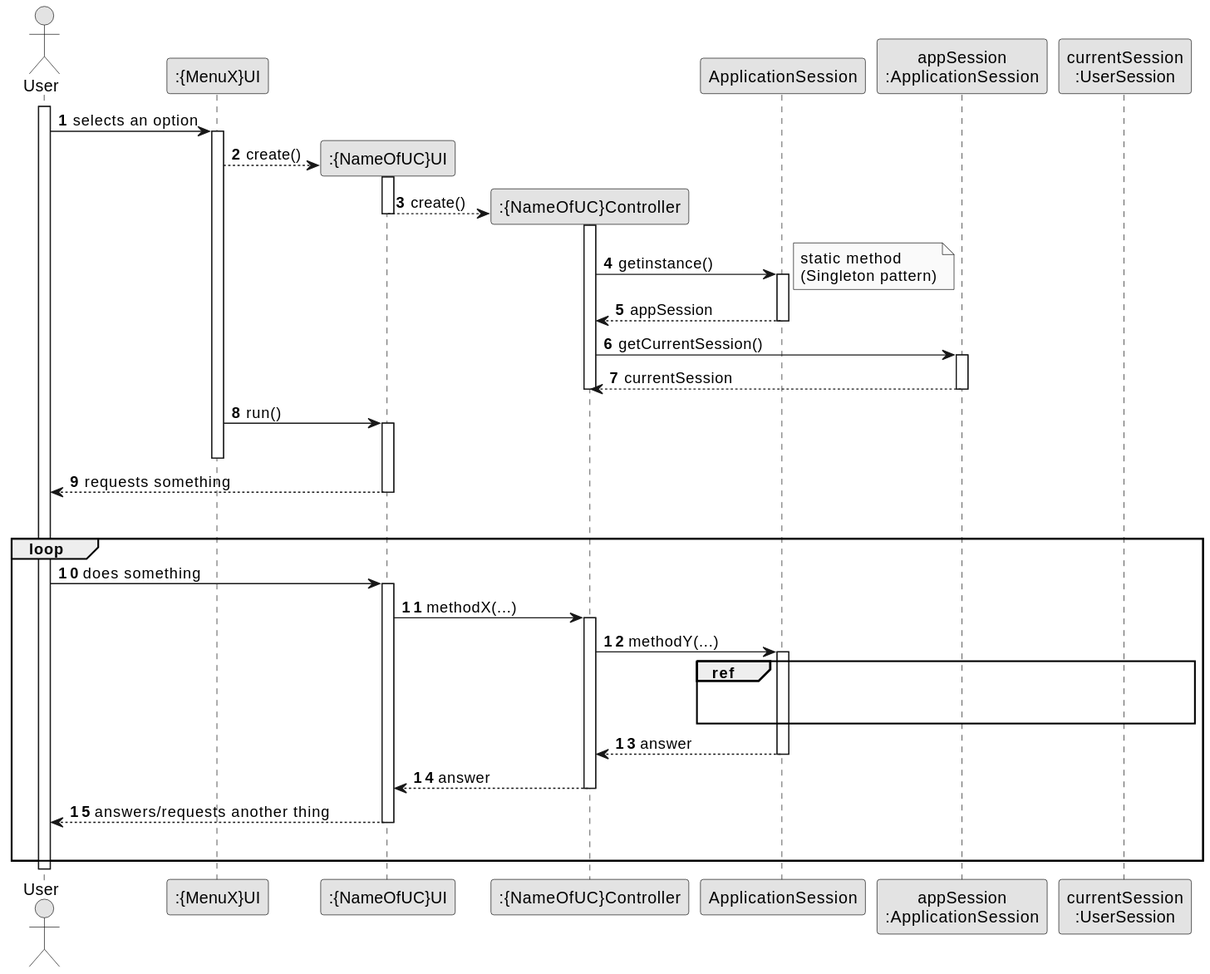
Earlier version of the PlantUML export docs/system-documentation/global-artifacts/03.design/svg/usxx-sequence-diagram-ui-controller-overview.svg (Departamento-de-Engenharia-Informatica/sem2-pi-25-26-g096-repo).
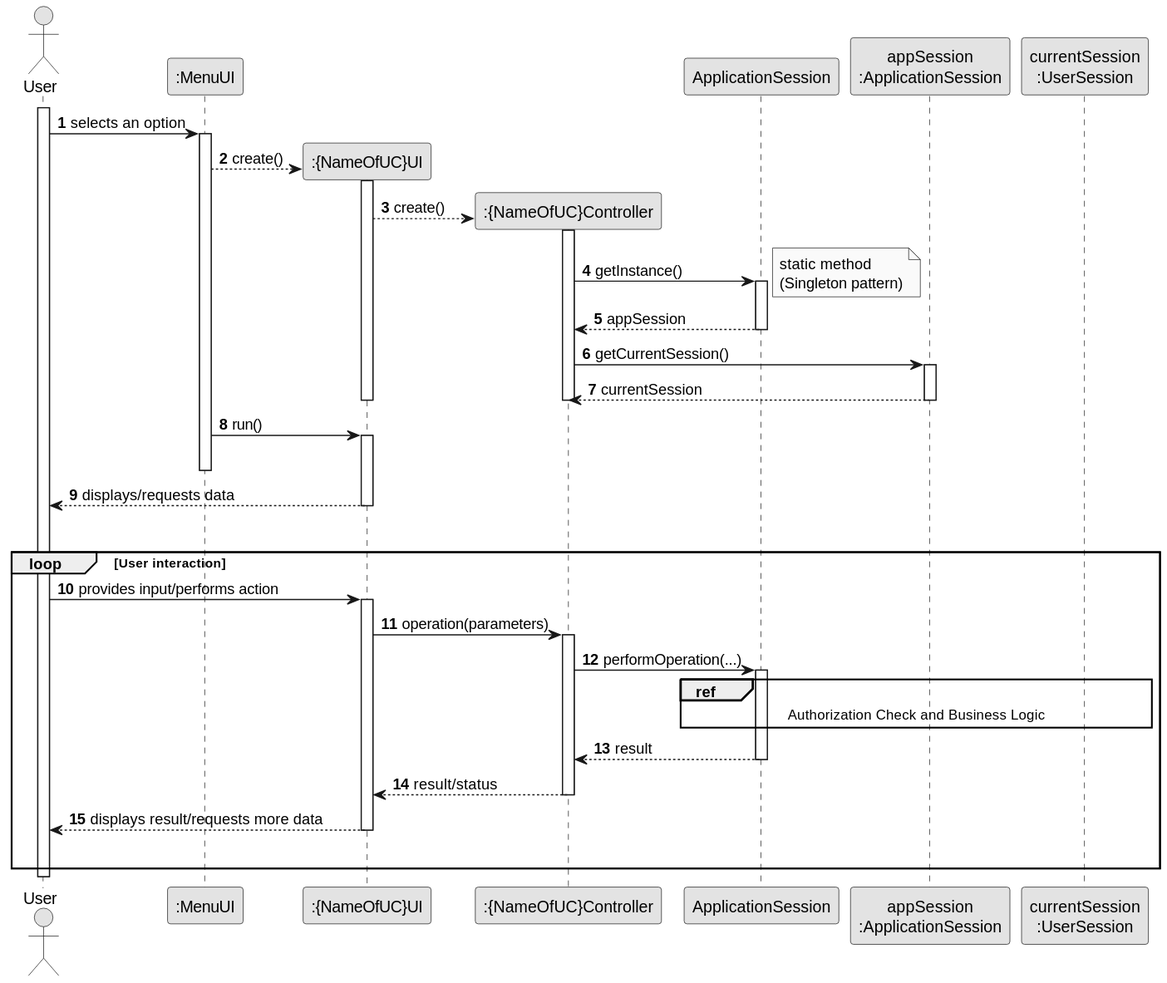
After the change.

The edit, as a diff of the source:
```diff
@@ -6,7 +6,7 @@
 autonumber
 
 actor "User" as USER
-participant ":{MenuX}UI" as MENU
+participant ":MenuUI" as MENU
 participant ":{NameOfUC}UI" as UC_NAME_UI
 participant ":{NameOfUC}Controller" as CTRL
 participant "ApplicationSession" as APP_SESSION
@@ -20,51 +20,49 @@
         MENU --> UC_NAME_UI** : create()
         activate UC_NAME_UI
             UC_NAME_UI --> CTRL** : create()
+            activate CTRL
+                CTRL -> APP_SESSION : getInstance()
+                note right
+                    static method
+                    (Singleton pattern)
+                end note
+                activate APP_SESSION
+                    APP_SESSION --> CTRL : appSession
+                deactivate APP_SESSION
+
+                CTRL -> APP_SESSION_SINGLETON : getCurrentSession()
+                activate APP_SESSION_SINGLETON
+                    APP_SESSION_SINGLETON --> CTRL : currentSession
+                deactivate APP_SESSION_SINGLETON
+            deactivate CTRL
         deactivate UC_NAME_UI
-
-        activate CTRL
-            CTRL -> APP_SESSION : getinstance()
-            note right
-                static method
-                (Singleton pattern)
-            end note
-            activate APP_SESSION
-                APP_SESSION --> CTRL : appSession
-            deactivate APP_SESSION
-
-            CTRL -> APP_SESSION_SINGLETON : getCurrentSession()
-            activate APP_SESSION_SINGLETON
-                APP_SESSION_SINGLETON --> CTRL : currentSession
-            deactivate APP_SESSION_SINGLETON
-        deactivate CTRL
 
         MENU -> UC_NAME_UI : run()
         activate UC_NAME_UI
     deactivate MENU
 
-            UC_NAME_UI --> USER : requests something
+            UC_NAME_UI --> USER : displays/requests data
             |||
         deactivate UC_NAME_UI
 
-    loop
-        USER -> UC_NAME_UI : does something
+    loop User interaction
+        USER -> UC_NAME_UI : provides input/performs action
         activate UC_NAME_UI
-            UC_NAME_UI -> CTRL : methodX(...)
+            UC_NAME_UI -> CTRL : operation(parameters)
             activate CTRL
-                CTRL -> APP_SESSION : methodY(...)
+                CTRL -> APP_SESSION : performOperation(...)
 
                 activate APP_SESSION
                     ref over APP_SESSION,APP_SESSION_SINGLETON,CURRENT_SESSION
-
-
+                        Authorization Check and Business Logic
                     end ref
-                    APP_SESSION --> CTRL : answer
+                    APP_SESSION --> CTRL : result
                 deactivate APP_SESSION
 
-                CTRL --> UC_NAME_UI : answer
+                CTRL --> UC_NAME_UI : result/status
             deactivate CTRL
 
-            UC_NAME_UI --> USER : answers/requests another thing
+            UC_NAME_UI --> USER : displays result/requests more data
             |||
         deactivate UC_NAME_UI
     end loop
```
